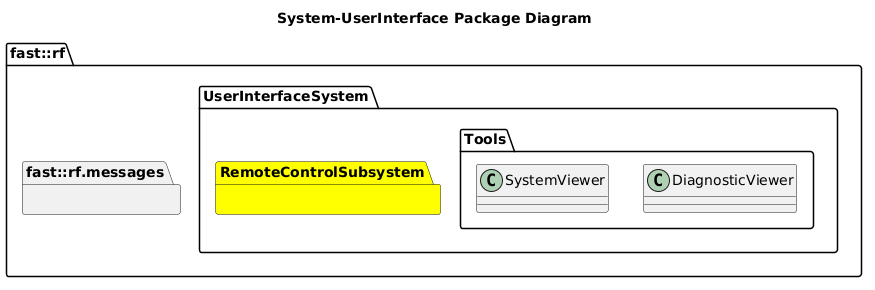
Above: Systems/UserInterface/doc/puml/SystemUserInterfacePackageDiagram.png in fastrobotics/robot_framework (PlantUML), before the change. Its diagram source:
```plantuml
@startuml
title System-UserInterface Package Diagram

namespace fast::rf {
  namespace messages  {}
  namespace UserInterfaceSystem {
    namespace Tools {
      class DiagnosticViewer {

      }
      class SystemViewer {

      }
    }
    package RemoteControlSubsystem #Yellow {

    }

}
@enduml
```
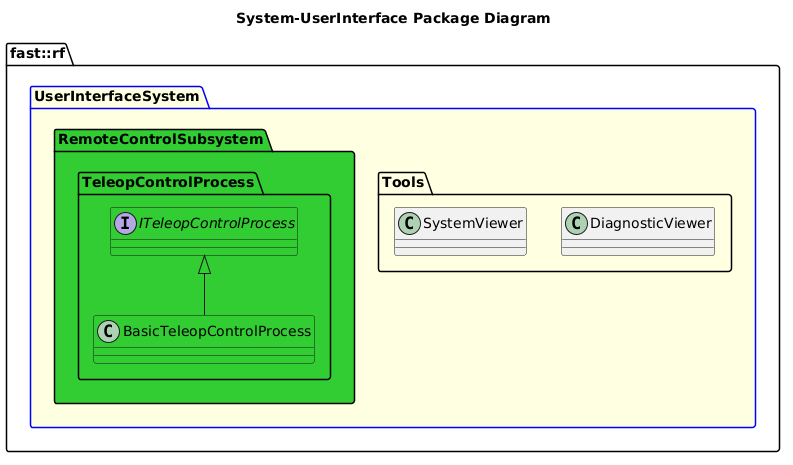
Above is the later version.

Change to the diagram source:
```diff
@@ -2,8 +2,7 @@
 title System-UserInterface Package Diagram
 
 namespace fast::rf {
-  namespace messages  {}
-  namespace UserInterfaceSystem {
+  package UserInterfaceSystem #LightYellow;line:blue {
     namespace Tools {
       class DiagnosticViewer {
 
@@ -12,8 +11,12 @@
 
       }
     }
-    package RemoteControlSubsystem #Yellow {
-
+    namespace RemoteControlSubsystem #LimeGreen {
+      namespace TeleopControlProcess #LimeGreen {
+        interface ITeleopControlProcess #LimeGreen
+        class BasicTeleopControlProcess #LimeGreen
+        BasicTeleopControlProcess -up-|> ITeleopControlProcess
+      }
     }
 
 }
```
